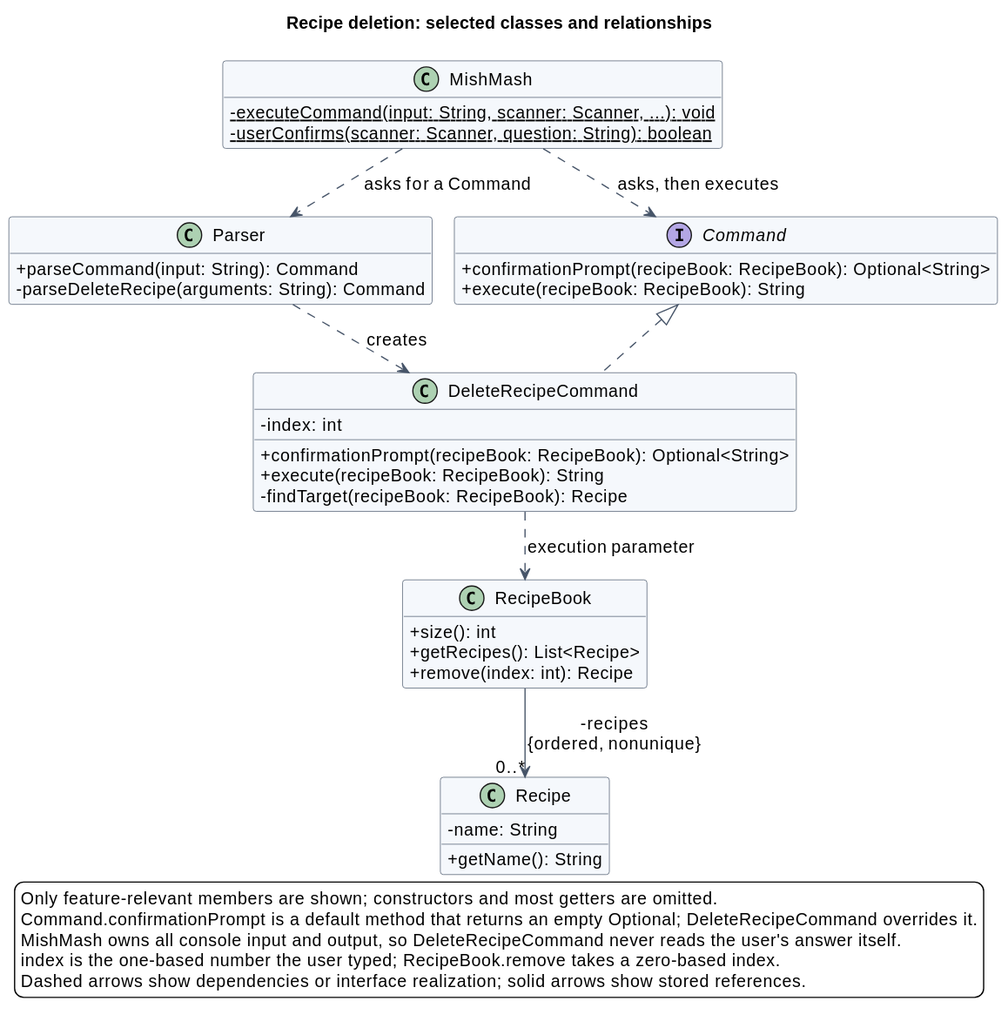
AY2627S1-CS2113-W13-4/tp keeps this PlantUML diagram as docs/images/delete-recipe/classes.svg. Above is the earlier version.
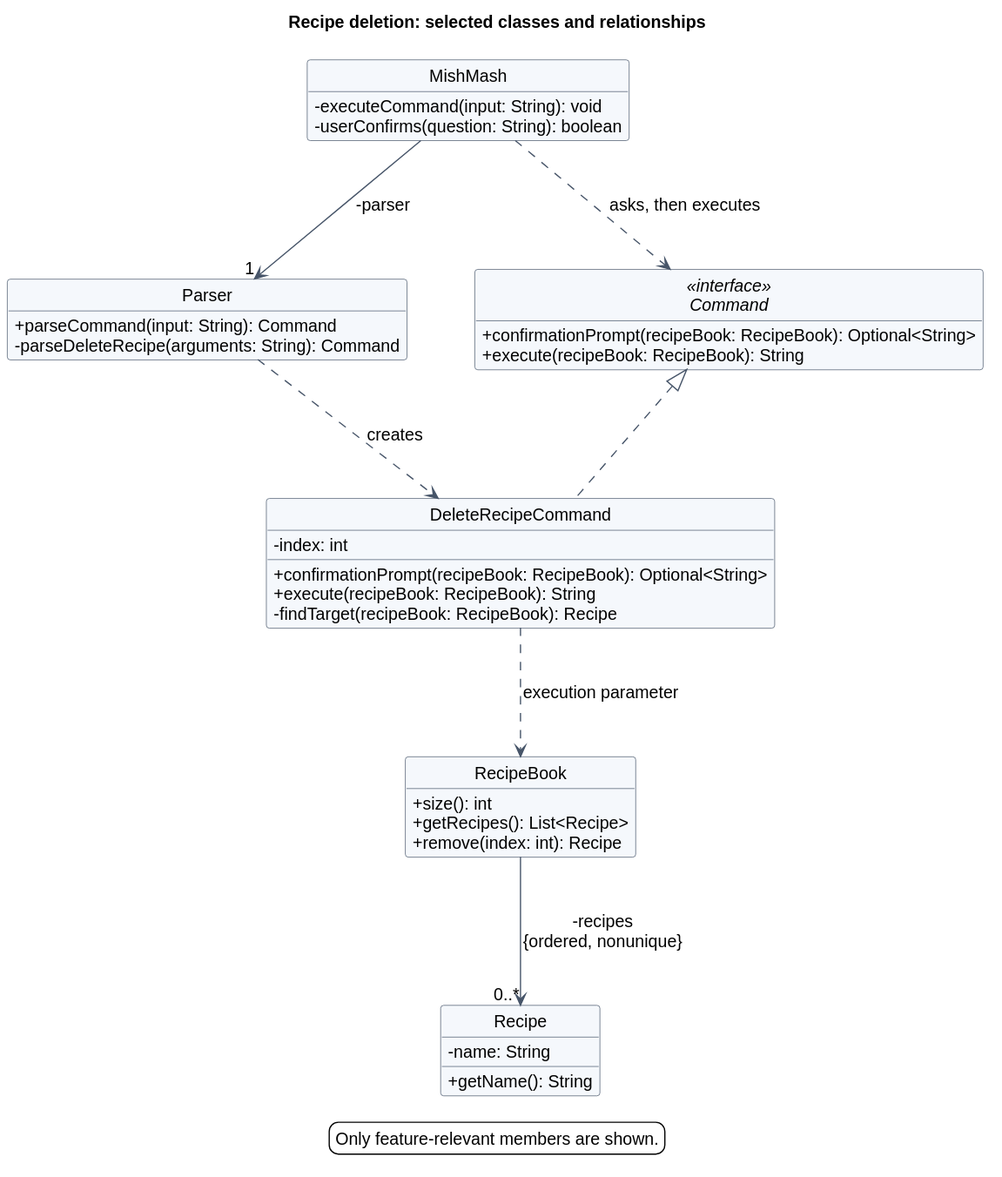
Above is the later version.

The edit, as a diff of the source:
```diff
@@ -1,6 +1,7 @@
 @startuml
 !pragma layout smetana
-!include ../shortfall/style.iuml
+!include ../rixte/shortfall/style.iuml
+hide circle
 
 title Recipe deletion: selected classes and relationships
 top to bottom direction
@@ -9,14 +10,14 @@
 hide empty members
 
 class MishMash {
-  - {static} executeCommand(input: String, scanner: Scanner, ...): void
-  - {static} userConfirms(scanner: Scanner, question: String): boolean
+  - executeCommand(input: String): void
+  - userConfirms(question: String): boolean
 }
 class Parser {
   + parseCommand(input: String): Command
   - parseDeleteRecipe(arguments: String): Command
 }
-interface Command {
+interface Command <<interface>> {
   + confirmationPrompt(recipeBook: RecipeBook): Optional<String>
   + execute(recipeBook: RecipeBook): String
 }
@@ -36,7 +37,7 @@
   + getName(): String
 }
 
-MishMash ..> Parser : asks for a Command
+MishMash --> "1" Parser : -parser
 MishMash ..> Command : asks, then executes
 Parser ..> DeleteRecipeCommand : creates
 DeleteRecipeCommand .up.|> Command
@@ -44,10 +45,6 @@
 RecipeBook --> "0..*" Recipe : -recipes\n{ordered, nonunique}
 
 legend bottom
-  Only feature-relevant members are shown; constructors and most getters are omitted.
-  Command.confirmationPrompt is a default method that returns an empty Optional; DeleteRecipeCommand overrides it.
-  MishMash owns all console input and output, so DeleteRecipeCommand never reads the user's answer itself.
-  index is the one-based number the user typed; RecipeBook.remove takes a zero-based index.
-  Dashed arrows show dependencies or interface realization; solid arrows show stored references.
+  Only feature-relevant members are shown.
 endlegend
 @enduml
```
